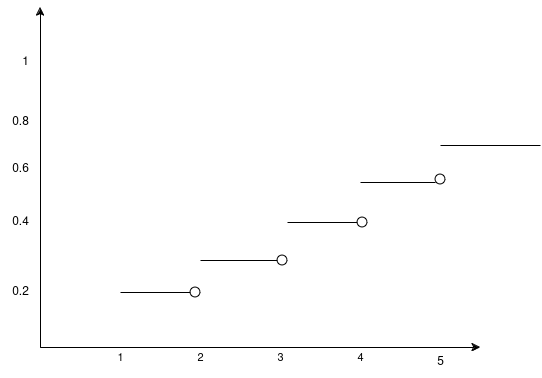
Earlier version of the draw.io export experiment/simulation/images/BnomialCDFDiscrete.png (virtual-labs/exp-discrete-continuous-variables-iiith). Source tidied: cells renumbered, new cells last; positions are measured from the earlier drawing's top-left corner, leaving out a move shared by most shapes.
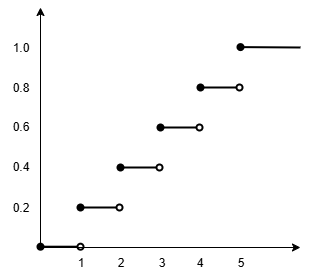
After the commit.

What changed in the source:
```diff
@@ -2,100 +2,83 @@
   <root>
     <mxCell id="0" />
     <mxCell id="1" parent="0" />
-    <mxCell id="2" style="endArrow=classic;html=1;rounded=0;" parent="1" edge="1">
-      <mxGeometry relative="1" as="geometry">
-        <mxPoint x="40" y="340" as="sourcePoint" />
-        <mxPoint x="480" y="340" as="targetPoint" />
-      </mxGeometry>
-    </mxCell>
-    <mxCell id="3" value="1" style="edgeLabel;html=1;align=center;verticalAlign=middle;" parent="2" vertex="1">
-      <mxGeometry x="-0.6" y="-5" relative="1" as="geometry">
-        <mxPoint x="-8" y="5" as="offset" />
-      </mxGeometry>
-    </mxCell>
+    <mxCell id="24" style="endArrow=classic;html=1;rounded=0;" parent="1" edge="1">
+      <mxGeometry relative="1" as="geometry">
+        <mxPoint x="40" y="298" as="sourcePoint" />
+        <mxPoint x="40" y="58" as="targetPoint" />
+      </mxGeometry>
+    </mxCell>
+    <mxCell id="25" style="endArrow=classic;html=1;rounded=0;" parent="1" edge="1">
+      <mxGeometry relative="1" as="geometry">
+        <mxPoint x="40" y="298" as="sourcePoint" />
+        <mxPoint x="300" y="298" as="targetPoint" />
+      </mxGeometry>
+    </mxCell>
+    <mxCell id="10" value="0.2" style="text;html=1;align=center;verticalAlign=middle;strokeColor=none;fillColor=none;" parent="1" vertex="1">
+      <mxGeometry y="243" width="40" height="30" as="geometry" />
+    </mxCell>
+    <mxCell id="11" value="0.4" style="text;html=1;align=center;verticalAlign=middle;strokeColor=none;fillColor=none;" parent="1" vertex="1">
+      <mxGeometry y="202" width="40" height="30" as="geometry" />
+    </mxCell>
+    <mxCell id="12" value="0.6" style="text;html=1;align=center;verticalAlign=middle;strokeColor=none;fillColor=none;" parent="1" vertex="1">
+      <mxGeometry y="162" width="40" height="30" as="geometry" />
+    </mxCell>
+    <mxCell id="14" value="0.8" style="text;html=1;align=center;verticalAlign=middle;strokeColor=none;fillColor=none;" parent="1" vertex="1">
+      <mxGeometry y="123" width="40" height="30" as="geometry" />
+    </mxCell>
+    <mxCell id="26" value="1.0" style="text;html=1;align=center;verticalAlign=middle;strokeColor=none;fillColor=none;" parent="1" vertex="1">
+      <mxGeometry y="83" width="40" height="30" as="geometry" />
+    </mxCell>
+    <mxCell id="27" value="1&lt;span style=&quot;color: rgba(0, 0, 0, 0); font-family: monospace; font-size: 0px; text-align: start;&quot;&gt;%3CmxGraphModel%3E%3Croot%3E%3CmxCell%20id%3D%220%22%2F%3E%3CmxCell%20id%3D%221%22%20parent%3D%220%22%2F%3E%3CmxCell%20id%3D%222%22%20value%3D%220.2%22%20style%3D%22text%3Bhtml%3D1%3Balign%3Dcenter%3BverticalAlign%3Dmiddle%3Bresizable%3D0%3Bpoints%3D%5B%5D%3Bautosize%3D1%3BstrokeColor%3Dnone%3BfillColor%3Dnone%3B%22%20vertex%3D%221%22%20parent%3D%221%22%3E%3CmxGeometry%20x%3D%2240%22%20y%3D%22260%22%20width%3D%2240%22%20height%3D%2230%22%20as%3D%22geometry%22%2F%3E%3C%2FmxCell%3E%3C%2Froot%3E%3C%2FmxGraphModel%3E&lt;/span&gt;" style="text;html=1;align=center;verticalAlign=middle;strokeColor=none;fillColor=none;" parent="1" vertex="1">
+      <mxGeometry x="65" y="298" width="30" height="30" as="geometry" />
+    </mxCell>
-    <mxCell id="4" value="2" style="edgeLabel;html=1;align=center;verticalAlign=middle;" parent="2" vertex="1">
-      <mxGeometry x="-0.2" y="-3" relative="1" as="geometry">
-        <mxPoint x="-16" y="7" as="offset" />
-      </mxGeometry>
+    <mxCell id="4" value="2" style="text;html=1;align=center;verticalAlign=middle;strokeColor=none;fillColor=none;" parent="1" vertex="1">
+      <mxGeometry x="105" y="298" width="30" height="30" as="geometry" />
     </mxCell>
-    <mxCell id="5" value="3" style="edgeLabel;html=1;align=center;verticalAlign=middle;" parent="2" vertex="1">
-      <mxGeometry x="0.2" y="-5" relative="1" as="geometry">
-        <mxPoint x="-23" y="5" as="offset" />
-      </mxGeometry>
+    <mxCell id="5" value="3" style="text;html=1;align=center;verticalAlign=middle;strokeColor=none;fillColor=none;" parent="1" vertex="1">
+      <mxGeometry x="146" y="298" width="30" height="30" as="geometry" />
     </mxCell>
-    <mxCell id="6" value="4" style="edgeLabel;html=1;align=center;verticalAlign=middle;" parent="2" vertex="1">
-      <mxGeometry x="0.6" y="-1" relative="1" as="geometry">
-        <mxPoint x="-33" y="9" as="offset" />
-      </mxGeometry>
+    <mxCell id="6" value="4" style="text;html=1;align=center;verticalAlign=middle;strokeColor=none;fillColor=none;" parent="1" vertex="1">
+      <mxGeometry x="184" y="298" width="30" height="30" as="geometry" />
     </mxCell>
-    <mxCell id="7" style="endArrow=classic;html=1;rounded=0;" parent="1" edge="1">
-      <mxGeometry relative="1" as="geometry">
-        <mxPoint x="40" y="340" as="sourcePoint" />
-        <mxPoint x="40" as="targetPoint" />
-      </mxGeometry>
-    </mxCell>
-    <mxCell id="8" style="endArrow=none;html=1;rounded=0;" parent="1" edge="1">
-      <mxGeometry relative="1" as="geometry">
-        <mxPoint x="40" y="340" as="sourcePoint" />
-        <mxPoint x="110" y="340" as="targetPoint" />
-      </mxGeometry>
-    </mxCell>
     <mxCell id="9" value="5" style="text;html=1;align=center;verticalAlign=middle;strokeColor=none;fillColor=none;" parent="1" vertex="1">
-      <mxGeometry x="425" y="340" width="30" height="30" as="geometry" />
+      <mxGeometry x="225" y="298" width="30" height="30" as="geometry" />
     </mxCell>
-    <mxCell id="10" value="&lt;div&gt;0.2&lt;/div&gt;" style="text;html=1;align=center;verticalAlign=middle;strokeColor=none;fillColor=none;" parent="1" vertex="1">
-      <mxGeometry y="270" width="40" height="30" as="geometry" />
-    </mxCell>
-    <mxCell id="11" value="&lt;div&gt;0.4&lt;/div&gt;" style="text;html=1;align=center;verticalAlign=middle;strokeColor=none;fillColor=none;" parent="1" vertex="1">
-      <mxGeometry y="200" width="40" height="30" as="geometry" />
-    </mxCell>
-    <mxCell id="12" value="&lt;div&gt;0.6&lt;/div&gt;" style="text;html=1;align=center;verticalAlign=middle;strokeColor=none;fillColor=none;" parent="1" vertex="1">
-      <mxGeometry y="147" width="40" height="30" as="geometry" />
-    </mxCell>
-    <mxCell id="13" value="1" style="text;html=1;align=center;verticalAlign=middle;strokeColor=none;fillColor=none;" parent="1" vertex="1">
-      <mxGeometry x="10" y="40" width="30" height="30" as="geometry" />
-    </mxCell>
-    <mxCell id="14" value="&lt;div&gt;0.8&lt;/div&gt;" style="text;html=1;align=center;verticalAlign=middle;strokeColor=none;fillColor=none;" parent="1" vertex="1">
-      <mxGeometry y="100" width="40" height="30" as="geometry" />
-    </mxCell>
-    <mxCell id="15" style="endArrow=none;html=1;rounded=0;entryX=0;entryY=0.5;entryDx=0;entryDy=0;" parent="1" edge="1" target="16">
-      <mxGeometry relative="1" as="geometry">
-        <mxPoint x="120" y="285" as="sourcePoint" />
-      </mxGeometry>
-    </mxCell>
-    <mxCell id="16" style="ellipse;whiteSpace=wrap;html=1;" parent="1" vertex="1">
-      <mxGeometry x="190" y="280" width="10" height="10" as="geometry" />
-    </mxCell>
-    <mxCell id="17" style="endArrow=none;html=1;rounded=0;entryX=0;entryY=0.5;entryDx=0;entryDy=0;" parent="1" edge="1" target="18">
-      <mxGeometry relative="1" as="geometry">
-        <mxPoint x="200" y="253" as="sourcePoint" />
-      </mxGeometry>
-    </mxCell>
-    <mxCell id="18" style="ellipse;whiteSpace=wrap;html=1;" parent="1" vertex="1">
-      <mxGeometry x="277" y="248" width="10" height="10" as="geometry" />
-    </mxCell>
-    <mxCell id="19" style="endArrow=none;html=1;rounded=0;entryX=0;entryY=0.5;entryDx=0;entryDy=0;" parent="1" edge="1" target="20">
-      <mxGeometry relative="1" as="geometry">
-        <mxPoint x="287" y="215" as="sourcePoint" />
-      </mxGeometry>
-    </mxCell>
-    <mxCell id="20" style="ellipse;whiteSpace=wrap;html=1;" parent="1" vertex="1">
-      <mxGeometry x="357" y="210" width="10" height="10" as="geometry" />
-    </mxCell>
-    <mxCell id="21" style="endArrow=none;html=1;rounded=0;entryX=0;entryY=0.5;entryDx=0;entryDy=0;" parent="1" edge="1">
-      <mxGeometry relative="1" as="geometry">
-        <mxPoint x="360" y="175" as="sourcePoint" />
-        <mxPoint x="435" y="175" as="targetPoint" />
-      </mxGeometry>
-    </mxCell>
-    <mxCell id="22" style="ellipse;whiteSpace=wrap;html=1;" parent="1" vertex="1">
-      <mxGeometry x="435" y="167" width="10" height="10" as="geometry" />
-    </mxCell>
-    <mxCell id="23" style="endArrow=none;html=1;rounded=0;" parent="1" edge="1">
-      <mxGeometry relative="1" as="geometry">
-        <mxPoint x="440" y="138" as="sourcePoint" />
-        <mxPoint x="540" y="138" as="targetPoint" />
-      </mxGeometry>
-    </mxCell>
+    <mxCell id="28" style="endArrow=oval;html=1;rounded=0;startArrow=oval;startFill=1;endFill=0;strokeWidth=2;" parent="1" edge="1">
+      <mxGeometry relative="1" as="geometry">
+        <mxPoint x="40" y="297.2" as="sourcePoint" />
+        <mxPoint x="80" y="297.2" as="targetPoint" />
+      </mxGeometry>
+    </mxCell>
+    <mxCell id="29" style="endArrow=oval;html=1;rounded=0;startArrow=oval;startFill=1;endFill=0;entryX=0.472;entryY=-0.017;entryDx=0;entryDy=0;entryPerimeter=0;fillColor=#e51400;strokeColor=#000000;strokeWidth=2;" parent="1" edge="1">
+      <mxGeometry relative="1" as="geometry">
+        <mxPoint x="80" y="258" as="sourcePoint" />
+        <mxPoint x="119" y="258" as="targetPoint" />
+      </mxGeometry>
+    </mxCell>
+    <mxCell id="30" style="endArrow=oval;html=1;rounded=0;startArrow=oval;startFill=1;endFill=0;entryX=0.472;entryY=-0.017;entryDx=0;entryDy=0;entryPerimeter=0;fillColor=#e51400;strokeColor=#000000;strokeWidth=2;" parent="1" edge="1">
+      <mxGeometry relative="1" as="geometry">
+        <mxPoint x="120" y="218" as="sourcePoint" />
+        <mxPoint x="159" y="218" as="targetPoint" />
+      </mxGeometry>
+    </mxCell>
+    <mxCell id="31" style="endArrow=oval;html=1;rounded=0;startArrow=oval;startFill=1;endFill=0;entryX=0.472;entryY=-0.017;entryDx=0;entryDy=0;entryPerimeter=0;fillColor=#e51400;strokeColor=#000000;strokeWidth=2;" parent="1" edge="1">
+      <mxGeometry relative="1" as="geometry">
+        <mxPoint x="160" y="178" as="sourcePoint" />
+        <mxPoint x="199" y="178" as="targetPoint" />
+      </mxGeometry>
+    </mxCell>
+    <mxCell id="32" style="endArrow=oval;html=1;rounded=0;startArrow=oval;startFill=1;endFill=0;entryX=0.472;entryY=-0.017;entryDx=0;entryDy=0;entryPerimeter=0;fillColor=#e51400;strokeColor=#000000;strokeWidth=2;" parent="1" edge="1">
+      <mxGeometry relative="1" as="geometry">
+        <mxPoint x="200" y="138" as="sourcePoint" />
+        <mxPoint x="239" y="138" as="targetPoint" />
+      </mxGeometry>
+    </mxCell>
+    <mxCell id="33" style="endArrow=none;html=1;rounded=0;startArrow=oval;startFill=1;endFill=0;fillColor=#e51400;strokeColor=#000000;strokeWidth=2;" parent="1" edge="1">
+      <mxGeometry relative="1" as="geometry">
+        <mxPoint x="240" y="97.6" as="sourcePoint" />
+        <mxPoint x="300" y="98" as="targetPoint" />
+      </mxGeometry>
+    </mxCell>
   </root>
 </mxGraphModel>
```
